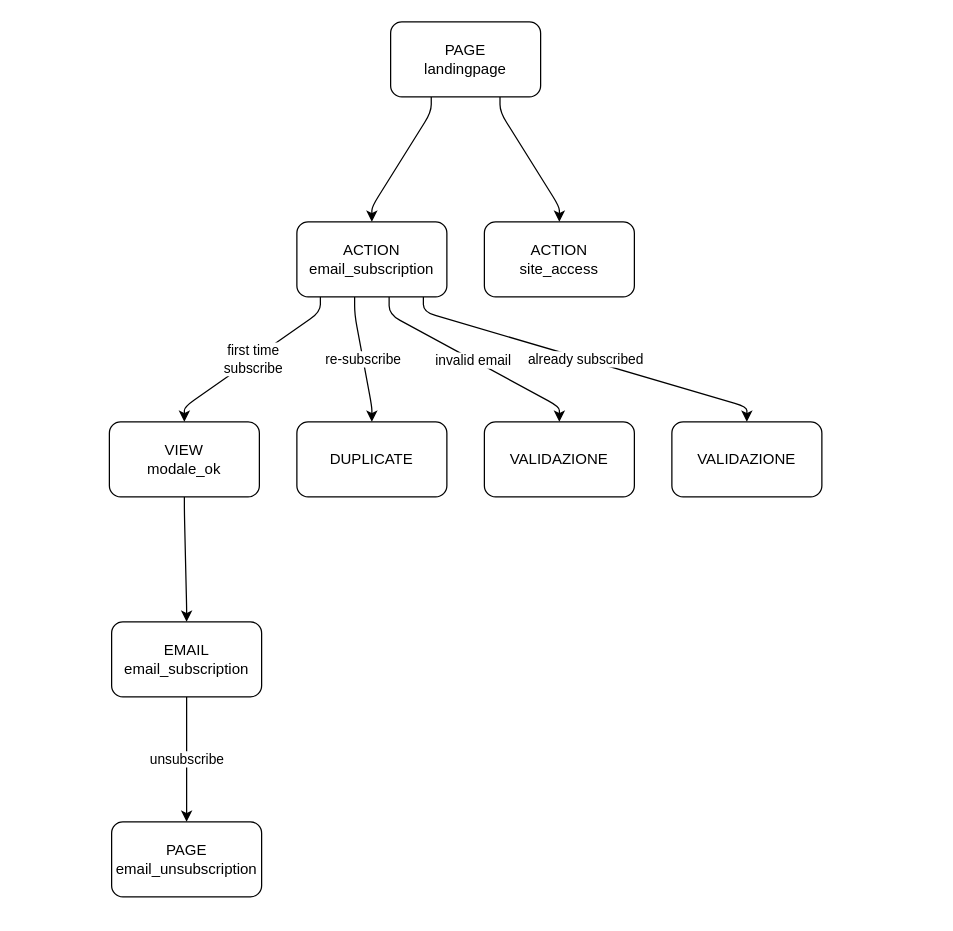
This is design/landingpage.drawio from Diquadro/TrickyDragons-Website, a draw.io file, before an edit. Source tidied: cells renumbered, new cells numbered last; positions are measured from the earlier drawing's top-left corner, leaving out a move shared by most shapes. Both pictures are drawn from the tidied source at 125%, with x=0, y=0 at pixel (109, 21).
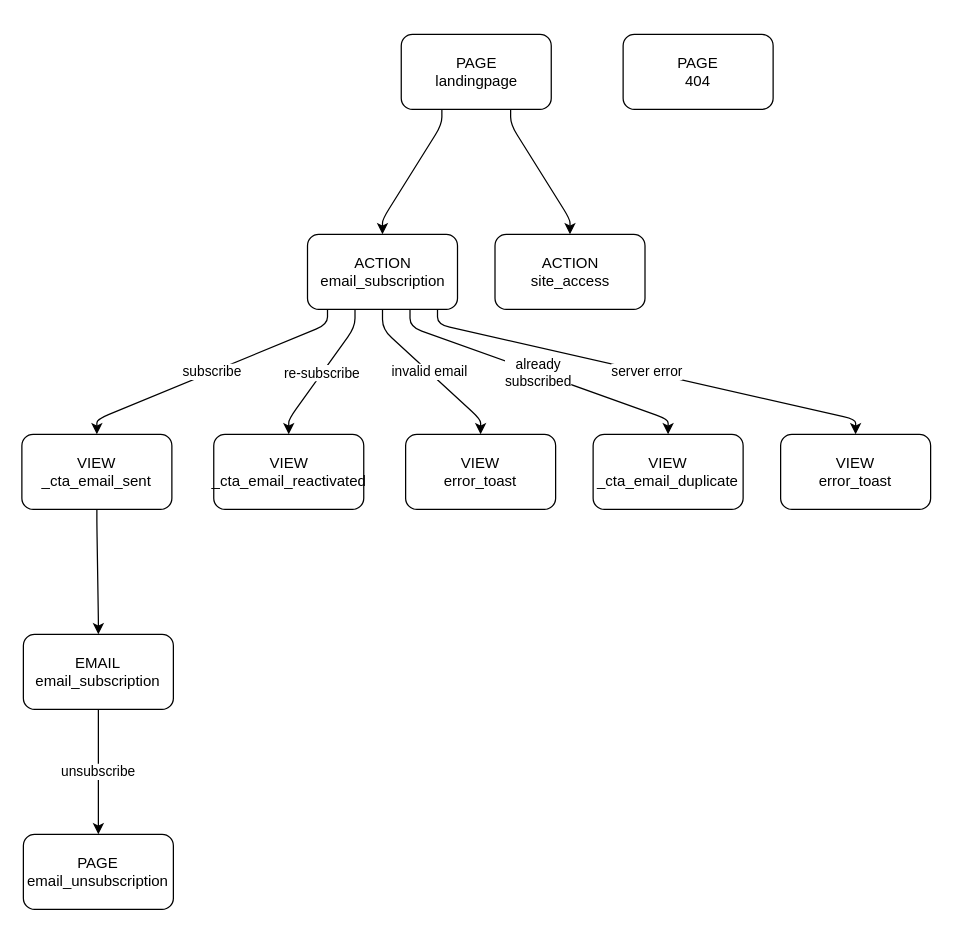
Above is the later version.

Diff of the diagram source:
```diff
@@
     <mxCell id="2" style="edgeStyle=none;html=1;noEdgeStyle=1;orthogonal=1;" parent="1" edge="1" source="3" target="8">
       <mxGeometry relative="1" as="geometry">
         <Array as="points">
-          <mxPoint x="257.5" y="72" />
-          <mxPoint x="210" y="148" />
+          <mxPoint x="266" y="82" />
+          <mxPoint x="218.5" y="158" />
         </Array>
       </mxGeometry>
     </mxCell>
     <mxCell id="3" value="PAGE&lt;br&gt;landingpage" style="rounded=1;whiteSpace=wrap;html=1;" parent="1" vertex="1">
-      <mxGeometry x="225" width="120" height="60" as="geometry" />
+      <mxGeometry x="233.5" y="10" width="120" height="60" as="geometry" />
     </mxCell>
-    <mxCell id="4" value="first time&lt;br&gt;subscribe" style="edgeStyle=none;html=1;noEdgeStyle=1;orthogonal=1;" parent="1" edge="1" source="8" target="10">
+    <mxCell id="4" value="subscribe" style="edgeStyle=none;html=1;noEdgeStyle=1;orthogonal=1;" parent="1" edge="1" source="8" target="10">
       <mxGeometry relative="1" as="geometry">
         <Array as="points">
-          <mxPoint x="168.8" y="232" />
-          <mxPoint x="60" y="308" />
+          <mxPoint x="174.5" y="242" />
+          <mxPoint x="-10" y="318" />
         </Array>
       </mxGeometry>
     </mxCell>
     <mxCell id="5" value="re-subscribe" style="edgeStyle=none;html=1;noEdgeStyle=1;orthogonal=1;" parent="1" edge="1" source="8" target="11">
       <mxGeometry x="0.01" relative="1" as="geometry">
         <Array as="points">
-          <mxPoint x="196.2" y="234" />
-          <mxPoint x="210" y="308" />
+          <mxPoint x="196.5" y="244" />
+          <mxPoint x="143.5" y="318" />
         </Array>
       </mxGeometry>
     </mxCell>
     <mxCell id="6" value="invalid email" style="edgeStyle=none;html=1;noEdgeStyle=1;orthogonal=1;" parent="1" edge="1" source="8" target="12">
       <mxGeometry relative="1" as="geometry">
         <Array as="points">
-          <mxPoint x="223.8" y="234" />
-          <mxPoint x="360" y="308" />
+          <mxPoint x="218.5" y="246" />
+          <mxPoint x="297" y="318" />
         </Array>
       </mxGeometry>
     </mxCell>
-    <mxCell id="7" value="already subscribed" style="edgeStyle=none;html=1;noEdgeStyle=1;orthogonal=1;" parent="1" edge="1" source="8" target="15">
+    <mxCell id="7" value="already&lt;br&gt;subscribed" style="edgeStyle=none;html=1;noEdgeStyle=1;orthogonal=1;" parent="1" edge="1" source="8" target="15">
       <mxGeometry relative="1" as="geometry">
         <Array as="points">
-          <mxPoint x="251.2" y="232" />
-          <mxPoint x="510" y="308" />
+          <mxPoint x="240.5" y="244" />
+          <mxPoint x="447" y="318" />
         </Array>
       </mxGeometry>
     </mxCell>
+    <mxCell id="19" value="server error" style="edgeStyle=none;html=1;noEdgeStyle=1;orthogonal=1;" parent="1" edge="1" source="8" target="20">
+      <mxGeometry relative="1" as="geometry">
+        <Array as="points">
+          <mxPoint x="262.5" y="242" />
+          <mxPoint x="597" y="318" />
+        </Array>
+      </mxGeometry>
+    </mxCell>
     <mxCell id="8" value="ACTION&lt;br&gt;email_subscription" style="rounded=1;whiteSpace=wrap;html=1;" parent="1" vertex="1">
-      <mxGeometry x="150" y="160" width="120" height="60" as="geometry" />
+      <mxGeometry x="158.5" y="170" width="120" height="60" as="geometry" />
     </mxCell>
     <mxCell id="9" style="edgeStyle=none;html=1;noEdgeStyle=1;orthogonal=1;" parent="1" edge="1" source="10" target="17">
       <mxGeometry relative="1" as="geometry">
         <Array as="points">
-          <mxPoint x="60" y="392" />
-          <mxPoint x="61.8" y="468" />
+          <mxPoint x="-10" y="402" />
+          <mxPoint x="-8.8" y="478" />
         </Array>
       </mxGeometry>
     </mxCell>
-    <mxCell id="10" value="VIEW&lt;br&gt;modale_ok" style="rounded=1;whiteSpace=wrap;html=1;" parent="1" vertex="1">
-      <mxGeometry y="320" width="120" height="60" as="geometry" />
+    <mxCell id="10" value="VIEW&lt;br&gt;_cta_email_sent" style="rounded=1;whiteSpace=wrap;html=1;" parent="1" vertex="1">
+      <mxGeometry x="-70" y="330" width="120" height="60" as="geometry" />
     </mxCell>
-    <mxCell id="11" value="DUPLICATE" style="rounded=1;whiteSpace=wrap;html=1;" parent="1" vertex="1">
-      <mxGeometry x="150" y="320" width="120" height="60" as="geometry" />
+    <mxCell id="11" value="VIEW&lt;br&gt;_cta_email_reactivated" style="rounded=1;whiteSpace=wrap;html=1;" parent="1" vertex="1">
+      <mxGeometry x="83.5" y="330" width="120" height="60" as="geometry" />
     </mxCell>
-    <mxCell id="12" value="VALIDAZIONE" style="rounded=1;whiteSpace=wrap;html=1;" parent="1" vertex="1">
-      <mxGeometry x="300" y="320" width="120" height="60" as="geometry" />
+    <mxCell id="12" value="VIEW&lt;br&gt;error_toast" style="rounded=1;whiteSpace=wrap;html=1;" parent="1" vertex="1">
+      <mxGeometry x="237" y="330" width="120" height="60" as="geometry" />
     </mxCell>
     <mxCell id="13" style="edgeStyle=none;html=1;noEdgeStyle=1;orthogonal=1;" parent="1" edge="1" source="3" target="14">
       <mxGeometry relative="1" as="geometry">
         <Array as="points">
-          <mxPoint x="312.5" y="72" />
-          <mxPoint x="360" y="148" />
+          <mxPoint x="321" y="82" />
+          <mxPoint x="368.5" y="158" />
         </Array>
       </mxGeometry>
     </mxCell>
     <mxCell id="14" value="ACTION&lt;br&gt;site_access" style="rounded=1;whiteSpace=wrap;html=1;" parent="1" vertex="1">
-      <mxGeometry x="300" y="160" width="120" height="60" as="geometry" />
+      <mxGeometry x="308.5" y="170" width="120" height="60" as="geometry" />
     </mxCell>
-    <mxCell id="15" value="VALIDAZIONE" style="rounded=1;whiteSpace=wrap;html=1;" parent="1" vertex="1">
-      <mxGeometry x="450" y="320" width="120" height="60" as="geometry" />
+    <mxCell id="15" value="VIEW&lt;br&gt;_cta_email_duplicate" style="rounded=1;whiteSpace=wrap;html=1;" parent="1" vertex="1">
+      <mxGeometry x="387" y="330" width="120" height="60" as="geometry" />
     </mxCell>
     <mxCell id="16" value="unsubscribe" style="edgeStyle=none;html=1;noEdgeStyle=1;orthogonal=1;" parent="1" edge="1" source="17" target="18">
       <mxGeometry relative="1" as="geometry">
         <Array as="points">
-          <mxPoint x="61.8" y="552" />
-          <mxPoint x="61.8" y="628" />
+          <mxPoint x="-8.8" y="562" />
+          <mxPoint x="-8.8" y="638" />
         </Array>
       </mxGeometry>
     </mxCell>
     <mxCell id="17" value="EMAIL&lt;br&gt;email_subscription" style="rounded=1;whiteSpace=wrap;html=1;" parent="1" vertex="1">
-      <mxGeometry x="1.8" y="480" width="120" height="60" as="geometry" />
+      <mxGeometry x="-68.8" y="490" width="120" height="60" as="geometry" />
     </mxCell>
     <mxCell id="18" value="PAGE&lt;br&gt;email_unsubscription" style="whiteSpace=wrap;html=1;rounded=1;" parent="1" vertex="1">
-      <mxGeometry x="1.8" y="640" width="120" height="60" as="geometry" />
+      <mxGeometry x="-68.8" y="650" width="120" height="60" as="geometry" />
     </mxCell>
+    <mxCell id="20" value="VIEW&lt;br&gt;error_toast" style="rounded=1;whiteSpace=wrap;html=1;" parent="1" vertex="1">
+      <mxGeometry x="537" y="330" width="120" height="60" as="geometry" />
+    </mxCell>
+    <mxCell id="21" value="PAGE&lt;br&gt;404" style="rounded=1;whiteSpace=wrap;html=1;" parent="1" vertex="1">
+      <mxGeometry x="411" y="10" width="120" height="60" as="geometry" />
+    </mxCell>
```
